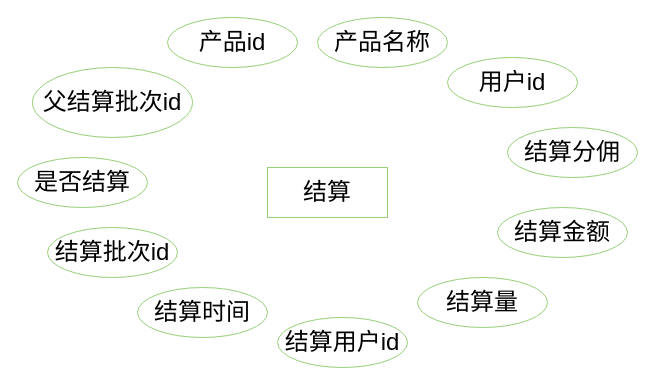
Above: 结算实体.drawio in chengyi3192/draw (draw.io), before the change. Source tidied: cells renumbered, new cells numbered last; positions are measured from the earlier drawing's top-left corner, leaving out a move shared by most shapes. Both pictures are drawn from the tidied source at 100%, with x=0, y=0 at pixel (17, 17).
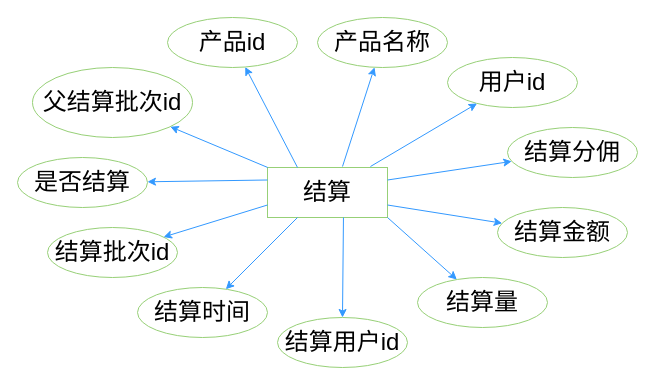
The same diagram, later.

Commit message (it also covers changes not shown here):
更新结算实体.drawio

The change refers to these unchanged cells:
```xml
<mxCell id="2" value="&lt;span style=&quot;font-size: 24px;&quot;&gt;结算&lt;/span&gt;" style="rounded=0;whiteSpace=wrap;html=1;strokeColor=#97D077;" parent="1" vertex="1">
  <mxGeometry x="250" y="150" width="120" height="50" as="geometry" />
</mxCell>
<mxCell id="3" value="&lt;span style=&quot;font-size: 24px;&quot;&gt;产品名称&lt;/span&gt;" style="ellipse;whiteSpace=wrap;html=1;strokeColor=#97D077;" parent="1" vertex="1">
  <mxGeometry x="300" width="130" height="50" as="geometry" />
</mxCell>
<mxCell id="4" value="&lt;span style=&quot;font-size: 24px;&quot;&gt;用户id&lt;br&gt;&lt;/span&gt;" style="ellipse;whiteSpace=wrap;html=1;strokeColor=#97D077;" parent="1" vertex="1">
  <mxGeometry x="430" y="40" width="130" height="50" as="geometry" />
</mxCell>
<mxCell id="5" value="&lt;span style=&quot;font-size: 24px;&quot;&gt;产品id&lt;/span&gt;" style="ellipse;whiteSpace=wrap;html=1;strokeColor=#97D077;" parent="1" vertex="1">
  <mxGeometry x="150" width="130" height="50" as="geometry" />
</mxCell>
<mxCell id="6" value="&lt;span style=&quot;font-size: 24px;&quot;&gt;父结算批次id&lt;/span&gt;" style="ellipse;whiteSpace=wrap;html=1;strokeColor=#97D077;" parent="1" vertex="1">
  <mxGeometry x="15" y="50" width="160" height="70" as="geometry" />
</mxCell>
<mxCell id="7" value="&lt;span style=&quot;font-size: 24px;&quot;&gt;是否结算&lt;/span&gt;" style="ellipse;whiteSpace=wrap;html=1;strokeColor=#97D077;" parent="1" vertex="1">
  <mxGeometry y="140" width="130" height="50" as="geometry" />
</mxCell>
<mxCell id="8" value="&lt;span style=&quot;font-size: 24px;&quot;&gt;结算批次id&lt;/span&gt;" style="ellipse;whiteSpace=wrap;html=1;strokeColor=#97D077;" parent="1" vertex="1">
  <mxGeometry x="30" y="210" width="130" height="50" as="geometry" />
</mxCell>
<mxCell id="9" value="&lt;font style=&quot;font-size: 24px;&quot;&gt;结算时间&lt;/font&gt;" style="ellipse;whiteSpace=wrap;html=1;strokeColor=#97D077;" parent="1" vertex="1">
  <mxGeometry x="120" y="270" width="130" height="50" as="geometry" />
</mxCell>
<mxCell id="10" value="&lt;span style=&quot;font-size: 24px;&quot;&gt;结算用户id&lt;/span&gt;" style="ellipse;whiteSpace=wrap;html=1;strokeColor=#97D077;" parent="1" vertex="1">
  <mxGeometry x="260" y="300" width="130" height="50" as="geometry" />
</mxCell>
<mxCell id="11" value="&lt;span style=&quot;font-size: 24px;&quot;&gt;结算量&lt;/span&gt;" style="ellipse;whiteSpace=wrap;html=1;strokeColor=#97D077;" parent="1" vertex="1">
  <mxGeometry x="400" y="260" width="130" height="50" as="geometry" />
</mxCell>
<mxCell id="12" value="&lt;span style=&quot;font-size: 24px;&quot;&gt;结算分佣&lt;/span&gt;" style="ellipse;whiteSpace=wrap;html=1;strokeColor=#97D077;" parent="1" vertex="1">
  <mxGeometry x="490" y="110" width="130" height="50" as="geometry" />
</mxCell>
<mxCell id="13" value="&lt;span style=&quot;font-size: 24px;&quot;&gt;结算金额&lt;/span&gt;" style="ellipse;whiteSpace=wrap;html=1;strokeColor=#97D077;" parent="1" vertex="1">
  <mxGeometry x="480" y="190" width="130" height="50" as="geometry" />
</mxCell>
```

The edit, as a diff of the source:
```diff
@@
+    <mxCell id="14" style="endArrow=classic;html=1;rounded=0;strokeColor=#3399FF;exitX=1;exitY=1;exitDx=0;exitDy=0;" parent="1" edge="1" source="2" target="11">
+      <mxGeometry relative="1" as="geometry" />
+    </mxCell>
+    <mxCell id="15" style="endArrow=classic;html=1;rounded=0;strokeColor=#3399FF;exitX=1;exitY=0.75;exitDx=0;exitDy=0;" parent="1" edge="1" source="2" target="13">
+      <mxGeometry relative="1" as="geometry" />
+    </mxCell>
+    <mxCell id="16" style="endArrow=classic;html=1;rounded=0;strokeColor=#3399FF;exitX=1;exitY=0.25;exitDx=0;exitDy=0;" parent="1" edge="1" source="2" target="12">
+      <mxGeometry relative="1" as="geometry" />
+    </mxCell>
+    <mxCell id="17" style="endArrow=classic;html=1;rounded=0;strokeColor=#3399FF;exitX=0.858;exitY=-0.02;exitDx=0;exitDy=0;exitPerimeter=0;" parent="1" edge="1" source="2" target="4">
+      <mxGeometry relative="1" as="geometry" />
+    </mxCell>
+    <mxCell id="18" style="endArrow=classic;html=1;rounded=0;strokeColor=#3399FF;exitX=0.633;exitY=1;exitDx=0;exitDy=0;exitPerimeter=0;" parent="1" edge="1" source="2" target="10">
+      <mxGeometry relative="1" as="geometry" />
+    </mxCell>
+    <mxCell id="19" style="endArrow=classic;html=1;rounded=0;strokeColor=#3399FF;exitX=0.25;exitY=1;exitDx=0;exitDy=0;" parent="1" edge="1" source="2" target="9">
+      <mxGeometry relative="1" as="geometry" />
+    </mxCell>
+    <mxCell id="20" style="endArrow=classic;html=1;rounded=0;strokeColor=#3399FF;exitX=0;exitY=0.75;exitDx=0;exitDy=0;" parent="1" edge="1" source="2" target="8">
+      <mxGeometry relative="1" as="geometry" />
+    </mxCell>
+    <mxCell id="21" style="endArrow=classic;html=1;rounded=0;strokeColor=#3399FF;exitX=0;exitY=0.25;exitDx=0;exitDy=0;" parent="1" edge="1" source="2" target="7">
+      <mxGeometry relative="1" as="geometry" />
+    </mxCell>
+    <mxCell id="22" style="endArrow=classic;html=1;rounded=0;strokeColor=#3399FF;exitX=0.625;exitY=-0.02;exitDx=0;exitDy=0;exitPerimeter=0;" parent="1" edge="1" source="2" target="3">
+      <mxGeometry relative="1" as="geometry" />
+    </mxCell>
+    <mxCell id="23" style="endArrow=classic;html=1;rounded=0;strokeColor=#3399FF;exitX=0.25;exitY=0;exitDx=0;exitDy=0;" parent="1" edge="1" source="2" target="5">
+      <mxGeometry relative="1" as="geometry" />
+    </mxCell>
+    <mxCell id="24" style="endArrow=classic;html=1;rounded=0;strokeColor=#3399FF;" parent="1" edge="1" source="2" target="6">
+      <mxGeometry relative="1" as="geometry" />
+    </mxCell>
```
